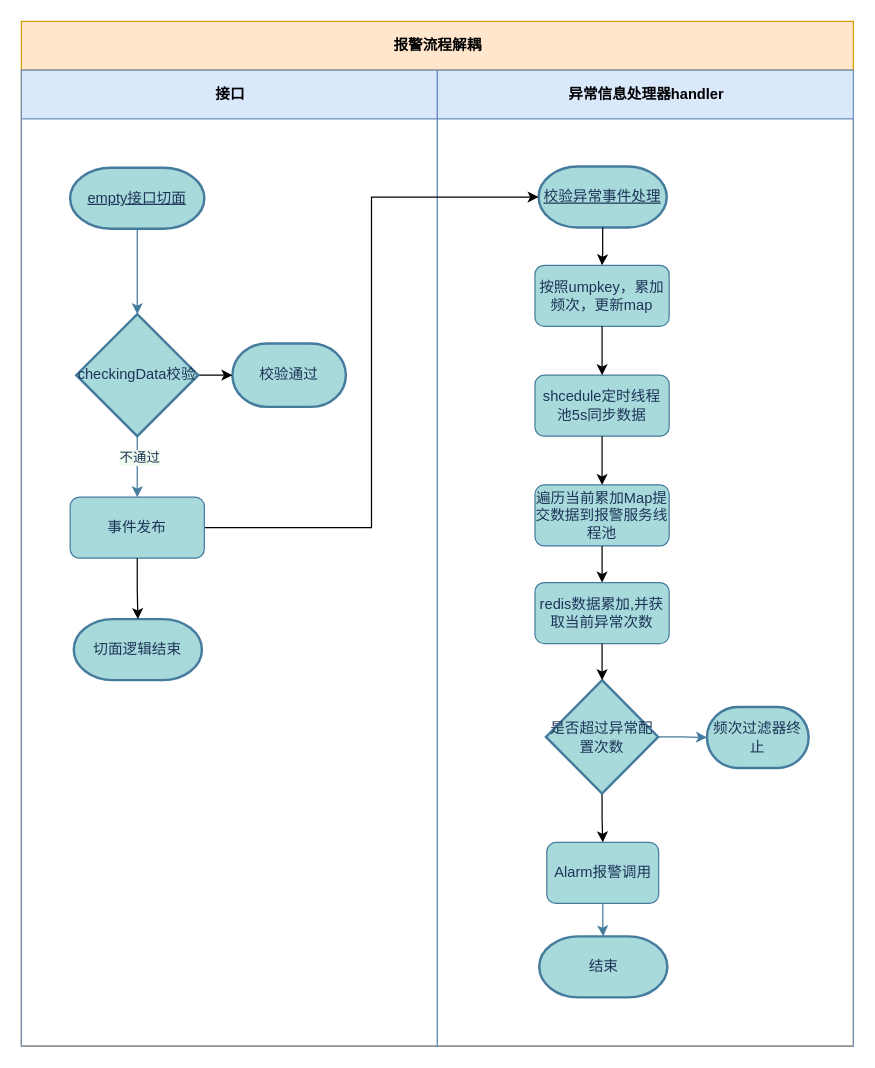
chenghao111/ops_doc keeps this draw.io diagram as 优化流程图.drawio. Above is the earlier version. Source tidied: cells renumbered, new cells numbered last; positions are measured from the earlier drawing's top-left corner, leaving out a move shared by most shapes. Both pictures are drawn from the tidied source at 122%, with x=0, y=0 at pixel (21, 21).
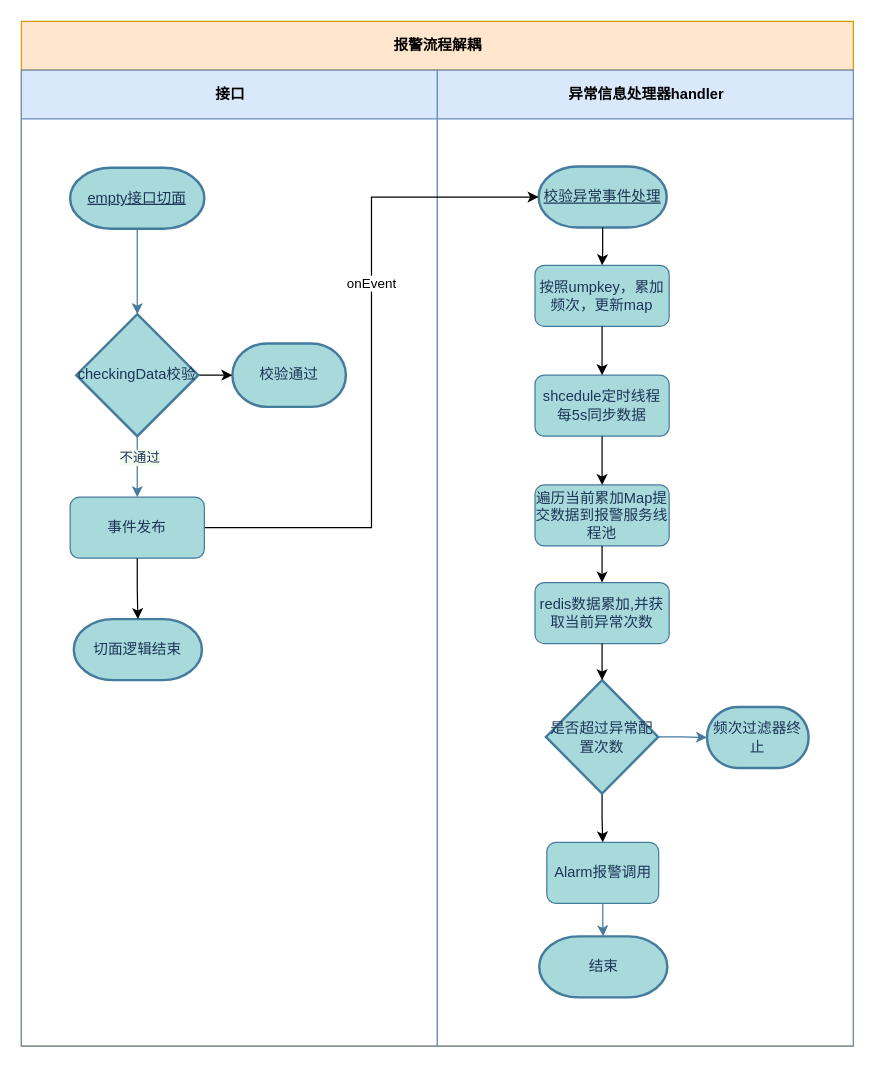
The same page after the edit.

Commit message (it also covers changes not shown here):
更新优化流程图.drawio

Unchanged cells that the change refers to:
```xml
<mxCell id="6" value="异常信息处理器handler" style="swimlane;html=1;startSize=40;fillColor=#dae8fc;strokeColor=#6c8ebf;" parent="2" vertex="1">
  <mxGeometry x="341" y="40" width="341" height="800" as="geometry" />
</mxCell>
<mxCell id="24" style="edgeStyle=orthogonalEdgeStyle;rounded=0;jettySize=auto;html=1;entryX=0;entryY=0.5;entryDx=0;entryDy=0;entryPerimeter=0;" parent="1" edge="1" source="28" target="7">
  <mxGeometry relative="1" as="geometry" />
</mxCell>
```

The edit, as a diff of the source:
```diff
@@
-    <mxCell id="10" value="shcedule定时线程池5s同步数据" style="rounded=1;whiteSpace=wrap;html=1;fillColor=#A8DADC;strokeColor=#457B9D;fontColor=#1D3557;" parent="6" vertex="1">
+    <mxCell id="10" value="shcedule定时线程每5s同步数据" style="rounded=1;whiteSpace=wrap;html=1;fillColor=#A8DADC;strokeColor=#457B9D;fontColor=#1D3557;" parent="6" vertex="1">
       <mxGeometry x="80" y="250" width="110" height="50" as="geometry" />
     </mxCell>
@@
+    <mxCell id="35" value="onEvent" style="edgeLabel;html=1;align=center;verticalAlign=middle;" parent="24" vertex="1">
+      <mxGeometry x="0.24" y="1" relative="1" as="geometry" />
+    </mxCell>
```
